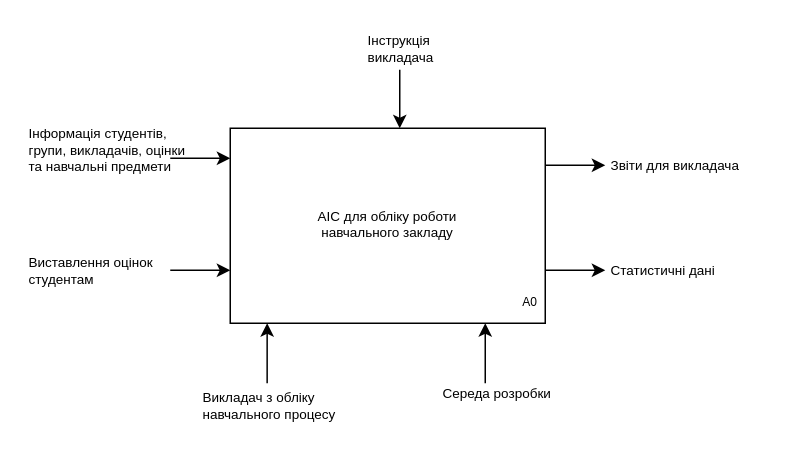
This is docs/Diagram SADT-0.drawio from MikeostCorp/Gradify, a draw.io file, before an edit. Source tidied: cells renumbered, new cells numbered last; positions are measured from the earlier drawing's top-left corner, leaving out a move shared by most shapes. Both pictures are drawn from the tidied source at 150%, with x=0, y=0 at pixel (26, 26).
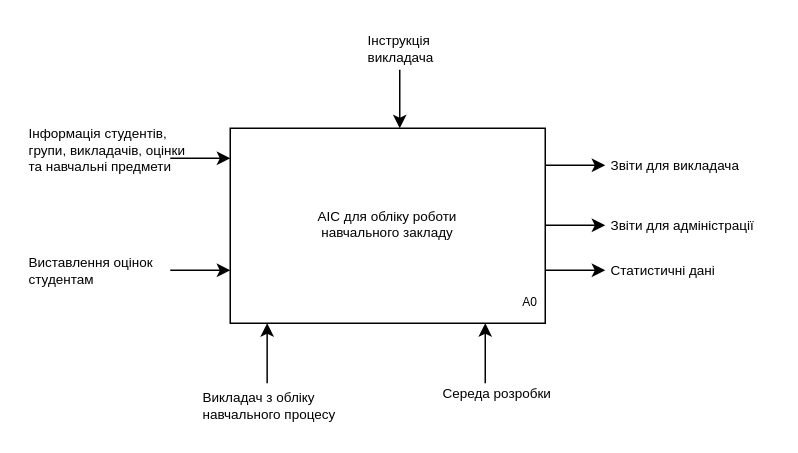
The same page after the edit.

Commit message (it also covers changes not shown here):
upd: [SADT] add report for admins

Change to the diagram source:
```diff
@@
+    <mxCell id="19" style="endArrow=classic;html=1;rounded=0;entryX=0;entryY=1;entryDx=0;entryDy=0;" parent="1" edge="1">
+      <mxGeometry relative="1" as="geometry">
+        <mxPoint x="346" y="132.7" as="sourcePoint" />
+        <mxPoint x="386" y="132.7" as="targetPoint" />
+      </mxGeometry>
+    </mxCell>
+    <mxCell id="20" value="&lt;div style=&quot;&quot;&gt;Звіти для адміністрації&lt;br&gt;&lt;/div&gt;" style="text;strokeColor=none;fillColor=none;align=left;verticalAlign=middle;whiteSpace=wrap;rounded=0;shadow=0;fontStyle=0;html=1;fontSize=9;spacingTop=0;" parent="1" vertex="1">
+      <mxGeometry x="388" y="118" width="110" height="30" as="geometry" />
+    </mxCell>
```
